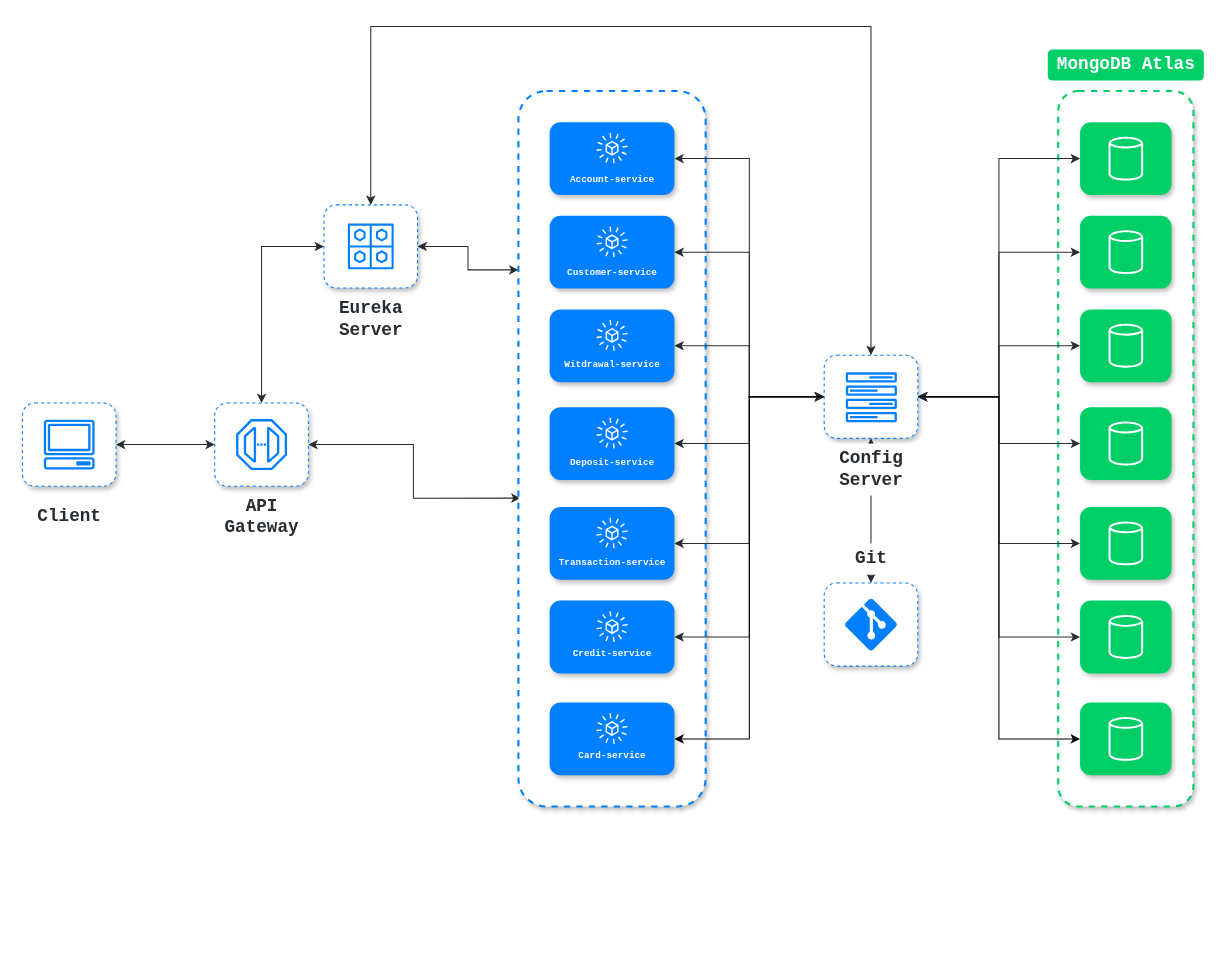
Before: Untitled Diagram.drawio in JorgeEspinozaC2K/banking-microservices-diagram, a draw.io diagram. Source tidied: cells renumbered, new cells numbered last; positions are measured from the earlier drawing's top-left corner, leaving out a move shared by most shapes. Both pictures are drawn from the tidied source at 104%, with x=0, y=0 at pixel (22, 26).
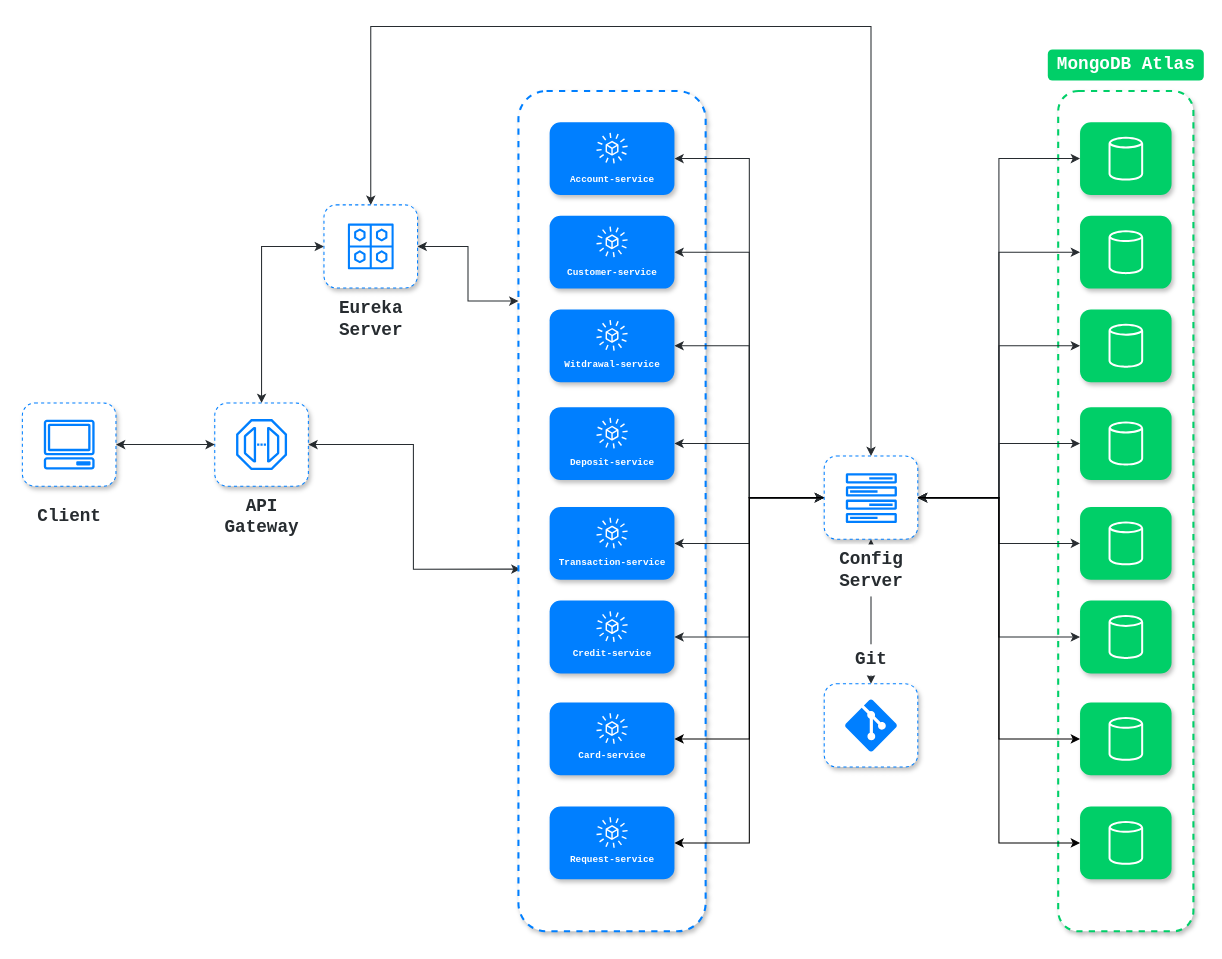
Above is the later version.

Commit message:
Adding request service to diagram

Change to the diagram source:
```diff
@@
     <mxCell id="2" style="rounded=1;whiteSpace=wrap;html=1;shadow=1;glass=0;labelBackgroundColor=none;fontFamily=Courier New;fontSize=17;fontColor=#272C30;strokeColor=#00CF68;strokeWidth=2;fillColor=default;dashed=1;" parent="1" vertex="1">
-      <mxGeometry x="996" y="62" width="130" height="688" as="geometry" />
+      <mxGeometry x="996" y="62" width="130" height="808" as="geometry" />
     </mxCell>
@@
     <mxCell id="12" style="rounded=1;whiteSpace=wrap;html=1;shadow=1;glass=0;labelBackgroundColor=none;fontFamily=Courier New;fontSize=17;fontColor=#272C30;strokeColor=#007FFF;strokeWidth=2;fillColor=default;dashed=1;" parent="1" vertex="1">
-      <mxGeometry x="477" y="62" width="180" height="688" as="geometry" />
+      <mxGeometry x="477" y="62" width="180" height="808" as="geometry" />
     </mxCell>
@@
+    <mxCell id="76" style="edgeStyle=orthogonalEdgeStyle;rounded=0;jettySize=auto;html=1;entryX=1;entryY=0.5;entryDx=0;entryDy=0;" parent="1" edge="1" source="61" target="78">
+      <mxGeometry relative="1" as="geometry" />
+    </mxCell>
+    <mxCell id="77" style="edgeStyle=orthogonalEdgeStyle;rounded=0;jettySize=auto;html=1;entryX=0;entryY=0.5;entryDx=0;entryDy=0;" parent="1" edge="1" source="61" target="81">
+      <mxGeometry relative="1" as="geometry" />
+    </mxCell>
     <mxCell id="61" style="rounded=1;whiteSpace=wrap;html=1;strokeColor=#007FFF;dashed=1;shadow=1;" parent="1" vertex="1">
-      <mxGeometry x="771" y="316" width="90" height="80" as="geometry" />
+      <mxGeometry x="771" y="413" width="90" height="80" as="geometry" />
     </mxCell>
     <mxCell id="62" value="Config&lt;br&gt;Server" style="text;html=1;align=center;verticalAlign=middle;strokeColor=none;fillColor=default;strokeWidth=6;fontSize=17;fontFamily=Courier New;fontStyle=1;labelBackgroundColor=none;fontColor=#272C30;glass=0;rounded=0;" parent="1" vertex="1">
-      <mxGeometry x="776" y="401" width="80" height="50" as="geometry" />
+      <mxGeometry x="776" y="498" width="80" height="50" as="geometry" />
     </mxCell>
     <mxCell id="63" style="rounded=1;whiteSpace=wrap;html=1;strokeColor=#007FFF;dashed=1;shadow=1;" parent="1" vertex="1">
-      <mxGeometry x="771" y="535" width="90" height="80" as="geometry" />
+      <mxGeometry x="771" y="632" width="90" height="80" as="geometry" />
     </mxCell>
     <mxCell id="64" value="Git" style="text;html=1;align=center;verticalAlign=middle;strokeColor=none;fillColor=default;strokeWidth=6;fontSize=17;fontFamily=Courier New;fontStyle=1;labelBackgroundColor=none;fontColor=#272C30;" parent="1" vertex="1">
-      <mxGeometry x="791" y="497" width="50" height="30" as="geometry" />
+      <mxGeometry x="791" y="594" width="50" height="30" as="geometry" />
     </mxCell>
     <mxCell id="65" style="verticalLabelPosition=bottom;html=1;verticalAlign=top;align=center;strokeColor=none;fillColor=#007FFF;shape=mxgraph.azure.git_repository;rounded=1;shadow=0;glass=0;labelBackgroundColor=none;fontFamily=Courier New;fontSize=9;fontColor=#FFFFFF;" parent="1" vertex="1">
-      <mxGeometry x="791" y="550" width="50" height="50" as="geometry" />
+      <mxGeometry x="791" y="647" width="50" height="50" as="geometry" />
     </mxCell>
     <mxCell id="66" style="sketch=0;fontColor=#232F3E;gradientColor=none;fillColor=#007FFF;strokeColor=none;dashed=0;verticalLabelPosition=bottom;verticalAlign=top;align=center;html=1;fontSize=12;fontStyle=0;shape=mxgraph.aws4.forums;rounded=1;shadow=0;glass=0;labelBackgroundColor=none;fontFamily=Courier New;" parent="1" vertex="1">
-      <mxGeometry x="791.7" y="332.5" width="49.3" height="48" as="geometry" />
+      <mxGeometry x="791.7" y="429.5" width="49.3" height="48" as="geometry" />
     </mxCell>
@@
+    <mxCell id="78" style="rounded=1;whiteSpace=wrap;html=1;strokeColor=none;dashed=1;shadow=1;fillColor=#007FFF;" parent="1" vertex="1">
+      <mxGeometry x="507" y="750" width="120" height="70" as="geometry" />
+    </mxCell>
+    <mxCell id="79" value="&lt;font style=&quot;font-size: 9px&quot;&gt;Request-service&lt;/font&gt;" style="text;html=1;align=center;verticalAlign=middle;strokeColor=none;fillColor=none;strokeWidth=3;fontSize=9;fontFamily=Courier New;fontStyle=1;labelBackgroundColor=none;fontColor=#FFFFFF;" parent="1" vertex="1">
+      <mxGeometry x="517" y="792" width="100" height="20" as="geometry" />
+    </mxCell>
+    <mxCell id="80" style="sketch=0;fontColor=#232F3E;gradientColor=none;fillColor=#FFFFFF;strokeColor=none;dashed=0;verticalLabelPosition=bottom;verticalAlign=top;align=center;html=1;fontSize=12;fontStyle=0;shape=mxgraph.aws4.eventbridge_saas_partner_event_bus_resource;rounded=1;shadow=0;glass=0;labelBackgroundColor=none;fontFamily=Courier New;" parent="1" vertex="1">
+      <mxGeometry x="552" y="760" width="30" height="30" as="geometry" />
+    </mxCell>
+    <mxCell id="81" style="rounded=1;whiteSpace=wrap;html=1;strokeColor=none;dashed=1;shadow=1;fillColor=#00CF68;" parent="1" vertex="1">
+      <mxGeometry x="1017" y="750" width="88" height="70" as="geometry" />
+    </mxCell>
+    <mxCell id="82" style="sketch=0;fontColor=#232F3E;gradientColor=none;fillColor=#FFFFFF;strokeColor=none;dashed=0;verticalLabelPosition=bottom;verticalAlign=top;align=center;html=1;fontSize=12;fontStyle=0;shape=mxgraph.aws4.generic_database;rounded=1;shadow=0;glass=0;labelBackgroundColor=none;fontFamily=Courier New;" parent="1" vertex="1">
+      <mxGeometry x="1044.4" y="763" width="33.3" height="44" as="geometry" />
+    </mxCell>
```
